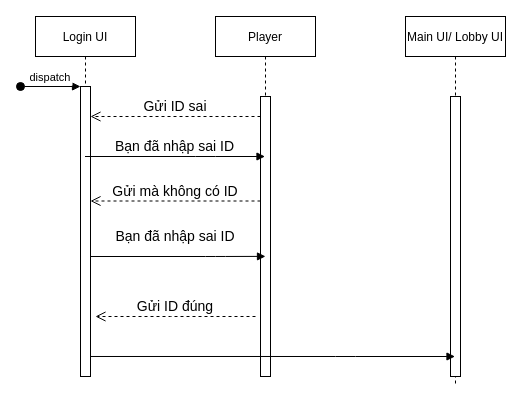
Before: page "Login" (1 of 5) of Sequence Diagram.drawio in HanhND2/assignment-03-class-sequence-diagram-, a draw.io diagram. Source tidied: cells renumbered, new cells numbered last; positions are measured from the earlier drawing's top-left corner, leaving out a move shared by most shapes. Both pictures are drawn from the tidied source at 100%, with x=0, y=0 at pixel (20, 16).
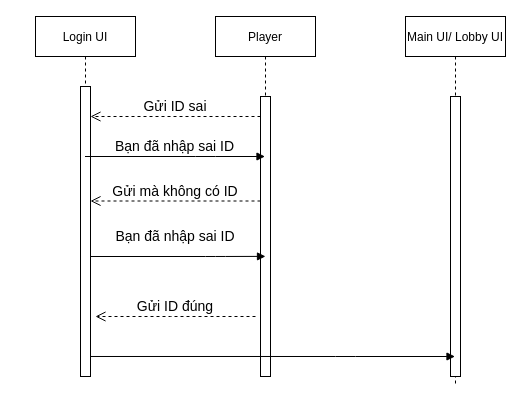
After the change.

The change refers to these unchanged cells:
```xml
<mxCell id="2" value="Login UI" style="shape=umlLifeline;perimeter=lifelinePerimeter;rounded=0;shadow=0;strokeWidth=1;" parent="1" vertex="1">
  <mxGeometry x="15" width="100" height="360" as="geometry" />
</mxCell>
<mxCell id="3" style="points=[];perimeter=orthogonalPerimeter;rounded=0;shadow=0;strokeWidth=1;" parent="2" vertex="1">
  <mxGeometry x="45" y="70" width="10" height="290" as="geometry" />
</mxCell>
```

The edit, as a diff of the source:
```diff
@@
-    <mxCell id="4" value="dispatch" style="verticalAlign=bottom;startArrow=oval;endArrow=block;startSize=8;shadow=0;strokeWidth=1;" parent="2" edge="1" target="3">
-      <mxGeometry relative="1" as="geometry">
-        <mxPoint x="-15" y="70" as="sourcePoint" />
-      </mxGeometry>
-    </mxCell>
```
